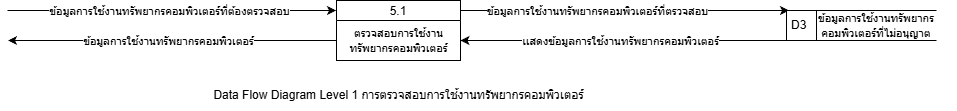
This is drawio/system_diagram/png/DFDL1_5.png from PatcharaphonKoosomsarp/FACE-EXAM, a draw.io export, as it was before one commit. Source tidied: cells renumbered, new cells last; positions are measured from the earlier drawing's top-left corner, leaving out a move shared by most shapes.
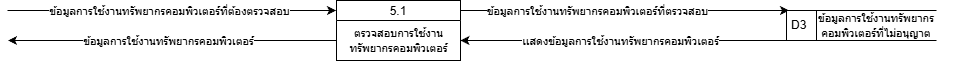
Above is the later version.

What changed in the source:
```diff
@@ -8,9 +8,6 @@
     <mxCell id="3" value="&lt;span style=&quot;color: rgb(0, 0, 0); font-size: 11px; background-color: rgb(255, 255, 255);&quot;&gt;ตรวจสอบการใช้งาน&lt;/span&gt;&lt;div&gt;&lt;span style=&quot;color: rgb(0, 0, 0); font-size: 11px; background-color: rgb(255, 255, 255);&quot;&gt;ทรัพยากรคอมพิวเตอร์&lt;/span&gt;&lt;/div&gt;" style="text;html=1;align=center;verticalAlign=middle;strokeColor=none;fillColor=none;" parent="2" vertex="1">
       <mxGeometry y="20" width="124" height="40" as="geometry" />
     </mxCell>
-    <mxCell id="4" value="Data Flow Diagram Level 1 การตรวจสอบการใช้งานทรัพยากรคอมพิวเตอร์" style="text;html=1;align=center;verticalAlign=middle;strokeColor=none;fillColor=none;" parent="1" vertex="1">
-      <mxGeometry x="196" y="80" width="390" height="30" as="geometry" />
-    </mxCell>
     <mxCell id="5" style="endArrow=classic;html=1;" parent="1" edge="1">
       <mxGeometry relative="1" as="geometry">
         <mxPoint y="10" as="sourcePoint" />
```
